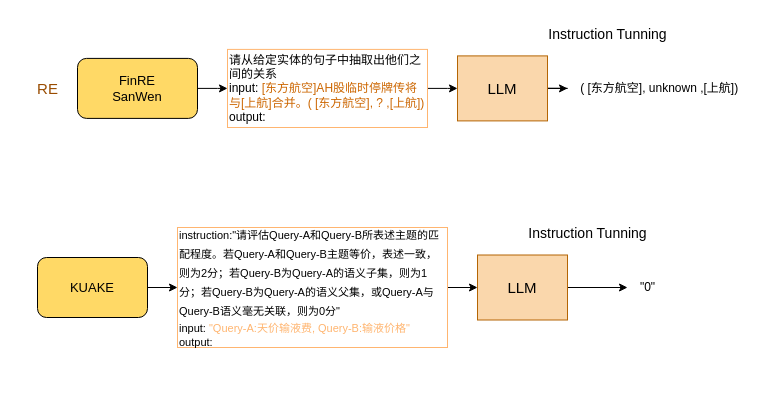
The draw.io diagram 未命名绘图.drawio in SkyuForever/CRE-LLM, before the edit. Source tidied: cells renumbered, new cells numbered last; positions are measured from the earlier drawing's top-left corner, leaving out a move shared by most shapes. Both pictures are drawn from the tidied source at 100%, with x=0, y=0 at pixel (27, 17).
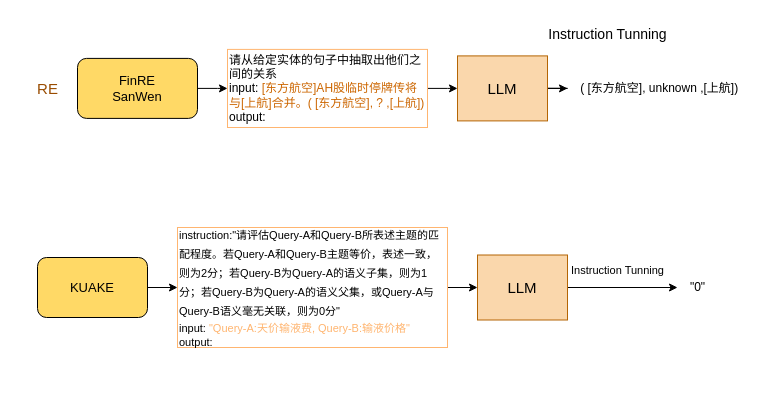
After the change.

Commit message:
更新未命名绘图.drawio

Diff of the diagram source:
```diff
@@
     <mxCell id="8" value="&quot;0&quot;" style="text;html=1;align=center;verticalAlign=middle;points=[];strokeColor=none;fillColor=none;" parent="1" vertex="1">
-      <mxGeometry x="600" y="255" width="40" height="30" as="geometry" />
+      <mxGeometry x="650" y="255" width="40" height="30" as="geometry" />
     </mxCell>
-    <mxCell id="9" value="&lt;font style=&quot;font-size: 14px;&quot;&gt;Instruction Tunning&lt;/font&gt;" style="text;html=1;align=center;verticalAlign=middle;strokeColor=none;fillColor=none;" parent="1" vertex="1">
-      <mxGeometry x="490" y="200.9" width="140" height="30" as="geometry" />
+    <mxCell id="9" value="&lt;font style=&quot;font-size: 11px;&quot;&gt;Instruction Tunning&lt;/font&gt;" style="text;html=1;align=center;verticalAlign=middle;strokeColor=none;fillColor=none;fontSize=11;" parent="1" vertex="1">
+      <mxGeometry x="530" y="237.5" width="120" height="30" as="geometry" />
     </mxCell>
+    <mxCell id="20" style="rounded=0;whiteSpace=wrap;html=1;fillColor=none;strokeColor=none;" parent="1" vertex="1">
+      <mxGeometry x="-10" y="160" width="700" height="220" as="geometry" />
+    </mxCell>
```
